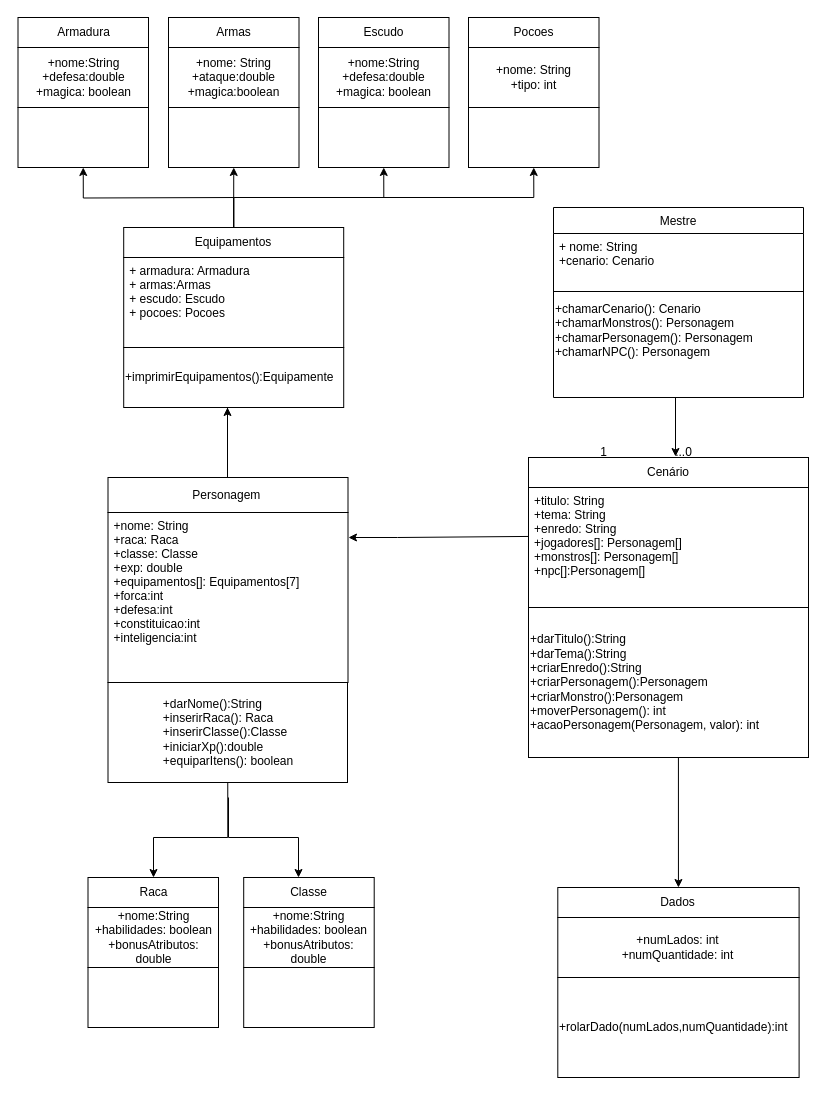
This is diagrama-trabalho-final-rpg.drawio from MrMoisesNoah/MestresDoRPG-trabalho-programaVemSerDBC, a draw.io file, before an edit. Source tidied: cells renumbered, new cells numbered last; positions are measured from the earlier drawing's top-left corner, leaving out a move shared by most shapes. Both pictures are drawn from the tidied source at 100%, with x=0, y=0 at pixel (18, 17).
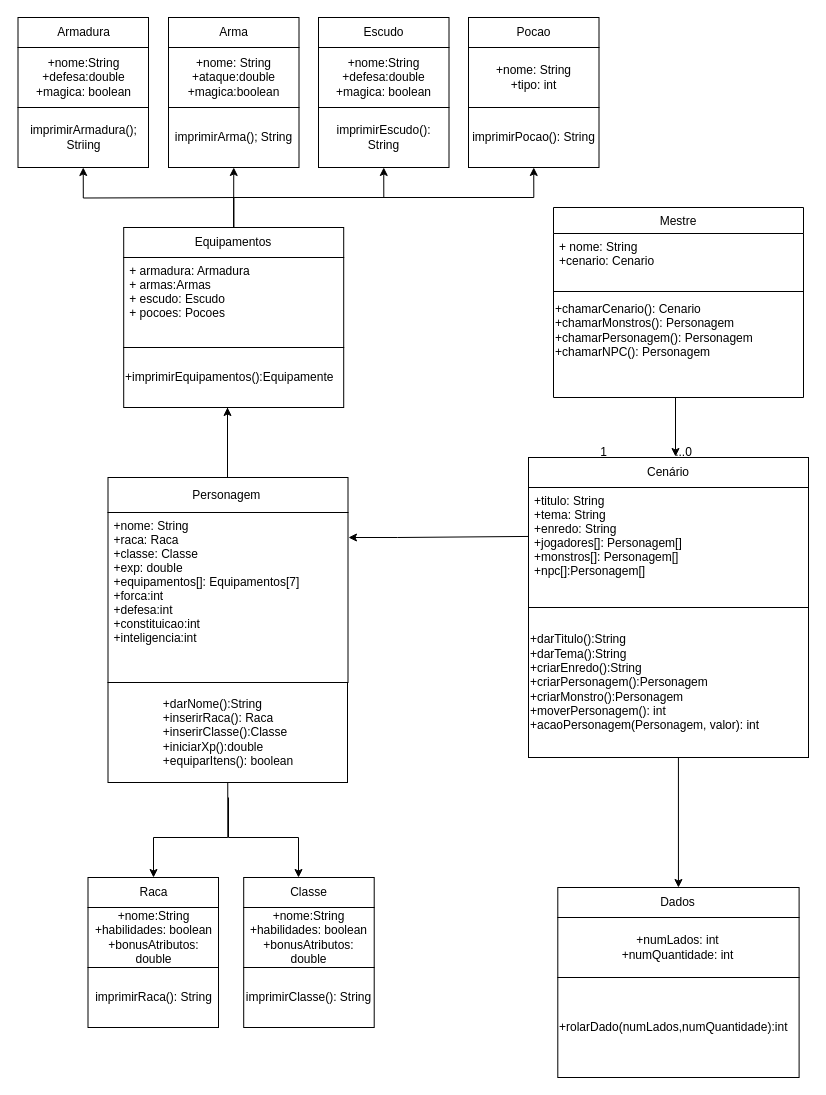
After the change.

Diff of the diagram source:
```diff
@@
-    <mxCell id="34" style="rounded=0;whiteSpace=wrap;html=1;" parent="1" vertex="1">
+    <mxCell id="34" value="imprimirArmadura(); Striing" style="rounded=0;whiteSpace=wrap;html=1;" parent="1" vertex="1">
       <mxGeometry x="-0.5" y="90" width="130.5" height="60" as="geometry" />
     </mxCell>
-    <mxCell id="35" value="Armas" style="rounded=0;whiteSpace=wrap;html=1;" parent="1" vertex="1">
+    <mxCell id="35" value="Arma" style="rounded=0;whiteSpace=wrap;html=1;" parent="1" vertex="1">
       <mxGeometry x="150" width="130.5" height="30" as="geometry" />
     </mxCell>
@@
-    <mxCell id="37" style="rounded=0;whiteSpace=wrap;html=1;" parent="1" vertex="1">
+    <mxCell id="37" value="imprimirArma(); String" style="rounded=0;whiteSpace=wrap;html=1;" parent="1" vertex="1">
       <mxGeometry x="150" y="90" width="130.5" height="60" as="geometry" />
     </mxCell>
@@
-    <mxCell id="40" style="rounded=0;whiteSpace=wrap;html=1;" parent="1" vertex="1">
+    <mxCell id="40" value="imprimirEscudo(): &lt;br&gt;String" style="rounded=0;whiteSpace=wrap;html=1;" parent="1" vertex="1">
       <mxGeometry x="300" y="90" width="130.5" height="60" as="geometry" />
     </mxCell>
@@
-    <mxCell id="43" style="rounded=0;whiteSpace=wrap;html=1;" parent="1" vertex="1">
+    <mxCell id="43" value="imprimirRaca(): String" style="rounded=0;whiteSpace=wrap;html=1;" parent="1" vertex="1">
       <mxGeometry x="69.5" y="950" width="130.5" height="60" as="geometry" />
     </mxCell>
@@
-    <mxCell id="46" style="rounded=0;whiteSpace=wrap;html=1;" parent="1" vertex="1">
+    <mxCell id="46" value="imprimirClasse(): String" style="rounded=0;whiteSpace=wrap;html=1;" parent="1" vertex="1">
       <mxGeometry x="225.2" y="950" width="130.5" height="60" as="geometry" />
     </mxCell>
@@
-    <mxCell id="50" value="Pocoes" style="rounded=0;whiteSpace=wrap;html=1;" parent="1" vertex="1">
+    <mxCell id="50" value="Pocao" style="rounded=0;whiteSpace=wrap;html=1;" parent="1" vertex="1">
       <mxGeometry x="450" width="130.5" height="30" as="geometry" />
     </mxCell>
@@
-    <mxCell id="52" style="rounded=0;whiteSpace=wrap;html=1;" parent="1" vertex="1">
+    <mxCell id="52" value="imprimirPocao(): String" style="rounded=0;whiteSpace=wrap;html=1;" parent="1" vertex="1">
       <mxGeometry x="450" y="90" width="130.5" height="60" as="geometry" />
     </mxCell>
```
